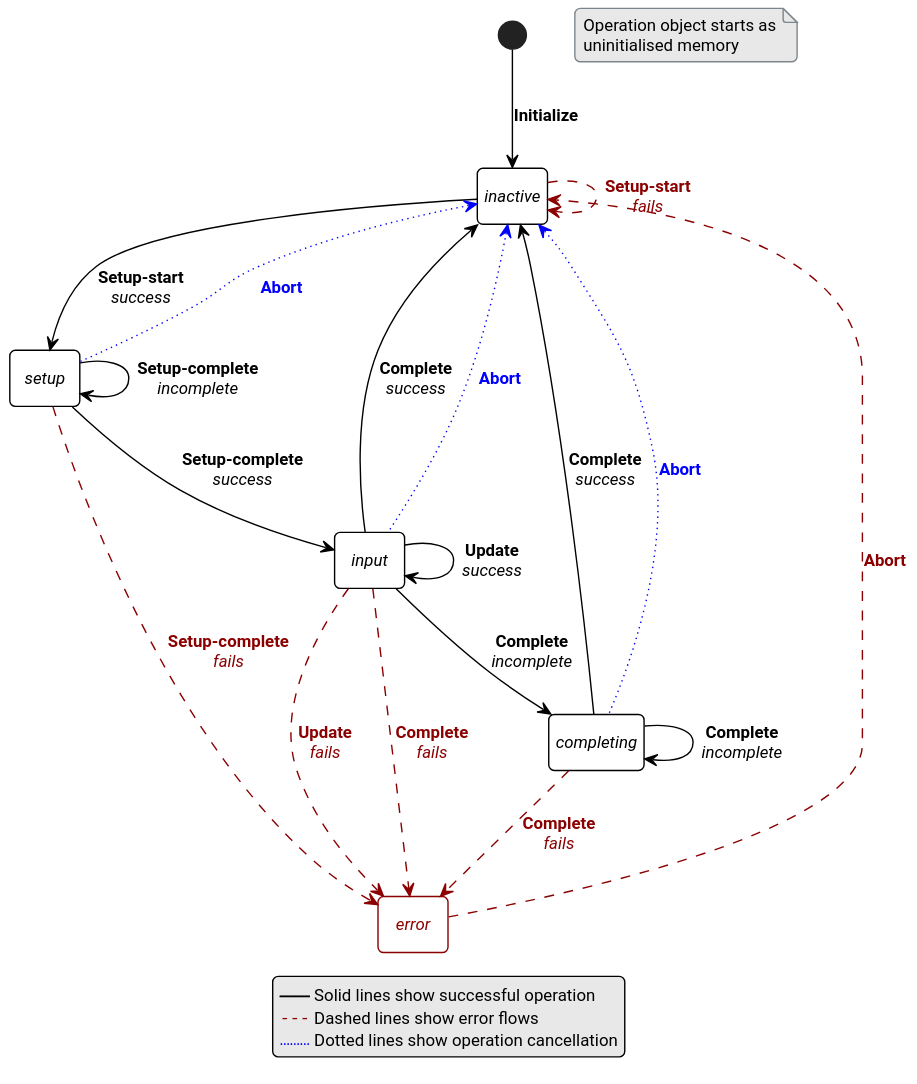
Earlier version of the PlantUML export doc/crypto/figure/interruptible_operation_complex.svg (athoelke/psa-api). Its source is kept beside it as doc/crypto/figure/interruptible_operation_complex.puml.
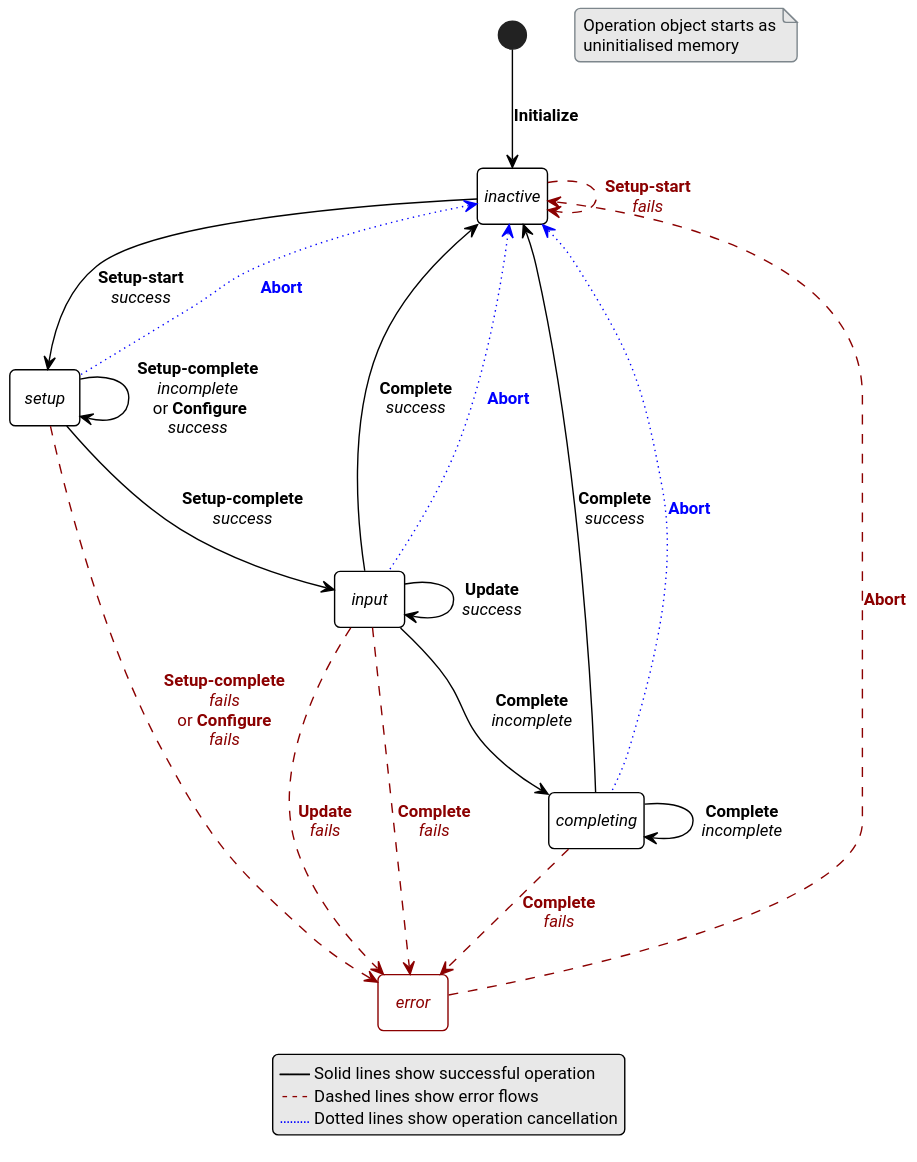
The same file after the commit.

Commit message:
Revise interruptible verification signature flow

The edit, as a diff of the source:
```diff
@@ -21,7 +21,7 @@
    uninitialised memory
 end note
 inactive --> setup: **Setup-start**\n//success//
-setup --> setup: **Setup-complete**\n//incomplete//
+setup --> setup: **Setup-complete**\n//incomplete//\n or **Configure**\n//success//
 setup --> input: **Setup-complete**\n//success//
 input --> input: **Update**\n//success//
 input --> completing: **Complete**\n//incomplete//
@@ -30,7 +30,7 @@
 completing -u-> inactive: **Complete**\n//success//
 error -[#darkred,dashed]r-> inactive: <color:darkred>**Abort**
 inactive -[#darkred,dashed]-> inactive: <color:darkred>**Setup-start**\n<color:darkred>//fails//
-setup -[#darkred,dashed]-> error: <color:darkred>**Setup-complete**\n<color:darkred>//fails//
+setup -[#darkred,dashed]-> error: <color:darkred>**Setup-complete**\n<color:darkred>//fails//\n<color:darkred>or **Configure**\n<color:darkred>//fails//
 input -[#darkred,dashed]-> error: <color:darkred>**Update**\n<color:darkred>//fails//
 input -[#darkred,dashed]-> error: <color:darkred>**Complete**\n<color:darkred>//fails//
 completing -[#darkred,dashed]-> error: <color:darkred>**Complete**\n<color:darkred>//fails//
```
